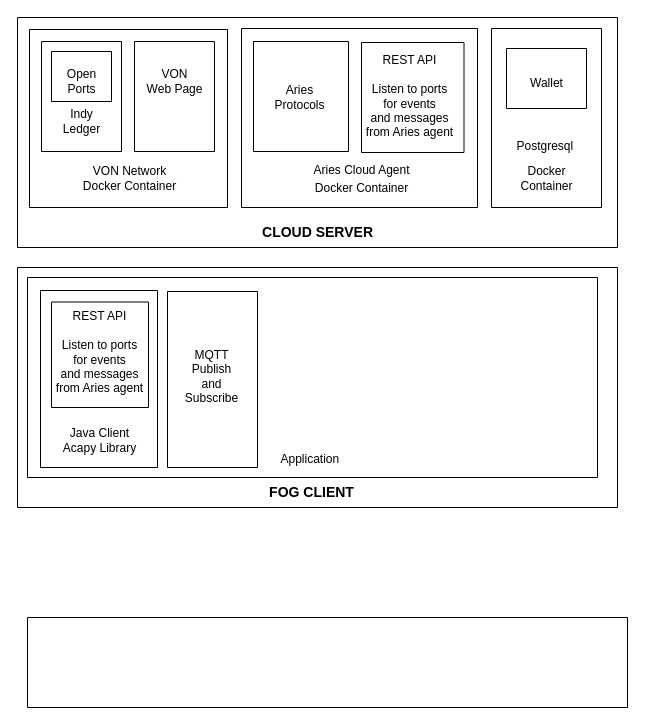
Before: diagrams/Diagrama sem nome.drawio in cristiandossantos/diagrams, a draw.io diagram. Source tidied: cells renumbered, new cells numbered last; positions are measured from the earlier drawing's top-left corner, leaving out a move shared by most shapes. Both pictures are drawn from the tidied source at 100%, with x=0, y=0 at pixel (17, 17).
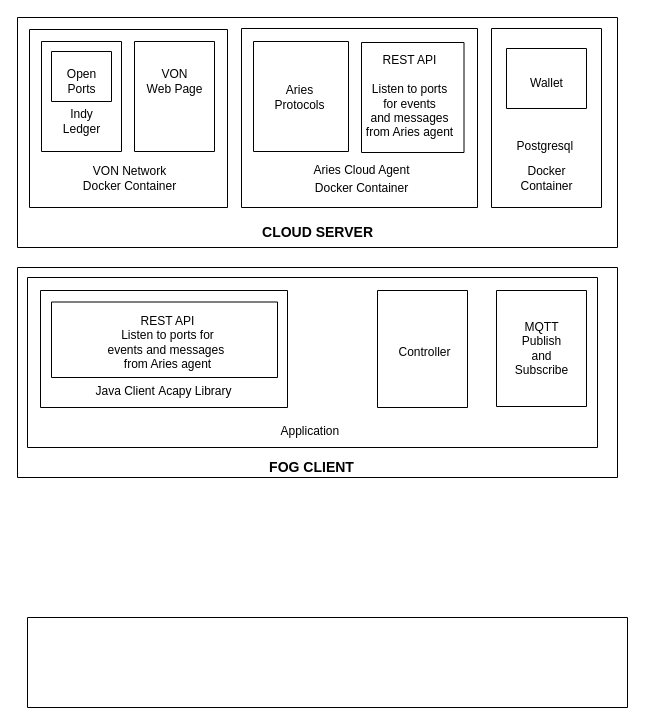
The same diagram, later.

The edit, as a diff of the source:
```diff
@@
     <mxCell id="24" style="swimlane;startSize=0;" parent="1" vertex="1">
-      <mxGeometry y="250" width="600" height="240" as="geometry" />
+      <mxGeometry y="250" width="600" height="210" as="geometry" />
     </mxCell>
     <mxCell id="25" style="swimlane;startSize=0;" parent="24" vertex="1">
-      <mxGeometry x="23" y="23" width="117" height="177" as="geometry" />
+      <mxGeometry x="23" y="23" width="247" height="117" as="geometry" />
     </mxCell>
     <mxCell id="26" style="swimlane;startSize=0;" parent="24" vertex="1">
-      <mxGeometry x="10" y="10" width="570" height="200" as="geometry" />
+      <mxGeometry x="10" y="10" width="570" height="170" as="geometry" />
     </mxCell>
     <mxCell id="27" value="Application&amp;nbsp;" style="text;html=1;align=center;verticalAlign=middle;strokeColor=none;fillColor=none;" parent="26" vertex="1">
-      <mxGeometry x="239" y="167" width="90" height="30" as="geometry" />
+      <mxGeometry x="239" y="139" width="90" height="30" as="geometry" />
     </mxCell>
-    <mxCell id="28" value="Java Client &lt;br&gt;Acapy Library" style="text;html=1;align=center;verticalAlign=middle;strokeColor=none;fillColor=none;" parent="26" vertex="1">
-      <mxGeometry x="22" y="143" width="100" height="40" as="geometry" />
+    <mxCell id="28" value="Java Client&amp;nbsp;Acapy Library" style="text;html=1;align=center;verticalAlign=middle;strokeColor=none;fillColor=none;" parent="26" vertex="1">
+      <mxGeometry x="56" y="99" width="160" height="30" as="geometry" />
     </mxCell>
     <mxCell id="29" style="swimlane;startSize=0;" parent="26" vertex="1">
-      <mxGeometry x="140" y="14" width="90" height="176" as="geometry" />
+      <mxGeometry x="350" y="13" width="90" height="117" as="geometry" />
     </mxCell>
-    <mxCell id="30" value="MQTT &lt;br&gt;Publish &lt;br&gt;and &lt;br&gt;Subscribe" style="text;html=1;align=center;verticalAlign=middle;strokeColor=none;fillColor=none;" parent="29" vertex="1">
-      <mxGeometry x="4" y="50" width="80" height="70" as="geometry" />
+    <mxCell id="30" value="Controller" style="text;html=1;align=center;verticalAlign=middle;strokeColor=none;fillColor=none;" parent="29" vertex="1">
+      <mxGeometry x="6.5" y="46.5" width="80" height="30" as="geometry" />
     </mxCell>
+    <mxCell id="35" style="swimlane;startSize=0;" parent="26" vertex="1">
+      <mxGeometry x="469" y="13" width="90" height="116" as="geometry" />
+    </mxCell>
+    <mxCell id="36" value="MQTT &lt;br&gt;Publish &lt;br&gt;and &lt;br&gt;Subscribe" style="text;html=1;align=center;verticalAlign=middle;strokeColor=none;fillColor=none;" parent="35" vertex="1">
+      <mxGeometry x="5" y="23" width="80" height="70" as="geometry" />
+    </mxCell>
     <mxCell id="31" style="swimlane;startSize=0;" parent="24" vertex="1">
-      <mxGeometry x="34" y="34.5" width="97" height="105.5" as="geometry" />
+      <mxGeometry x="34" y="34.5" width="226" height="75.5" as="geometry" />
     </mxCell>
-    <mxCell id="32" value="REST API&lt;br&gt;&lt;br&gt;Listen to ports &lt;br&gt;for events &lt;br&gt;and messages &lt;br&gt;from Aries agent" style="text;html=1;align=center;verticalAlign=middle;strokeColor=none;fillColor=none;" parent="31" vertex="1">
-      <mxGeometry x="-7" width="110" height="100" as="geometry" />
+    <mxCell id="32" value="REST API&lt;br&gt;Listen to ports&amp;nbsp;for &lt;br&gt;events&amp;nbsp;and messages&amp;nbsp;&lt;br&gt;from Aries agent" style="text;html=1;align=center;verticalAlign=middle;strokeColor=none;fillColor=none;" parent="31" vertex="1">
+      <mxGeometry x="46" y="5" width="140" height="70" as="geometry" />
     </mxCell>
     <mxCell id="33" value="&lt;b&gt;&lt;font style=&quot;font-size: 14px;&quot;&gt;FOG CLIENT&lt;/font&gt;&lt;/b&gt;" style="text;html=1;align=center;verticalAlign=middle;strokeColor=none;fillColor=none;" parent="24" vertex="1">
-      <mxGeometry x="239" y="210" width="110" height="30" as="geometry" />
+      <mxGeometry x="239" y="185" width="110" height="30" as="geometry" />
     </mxCell>
```
